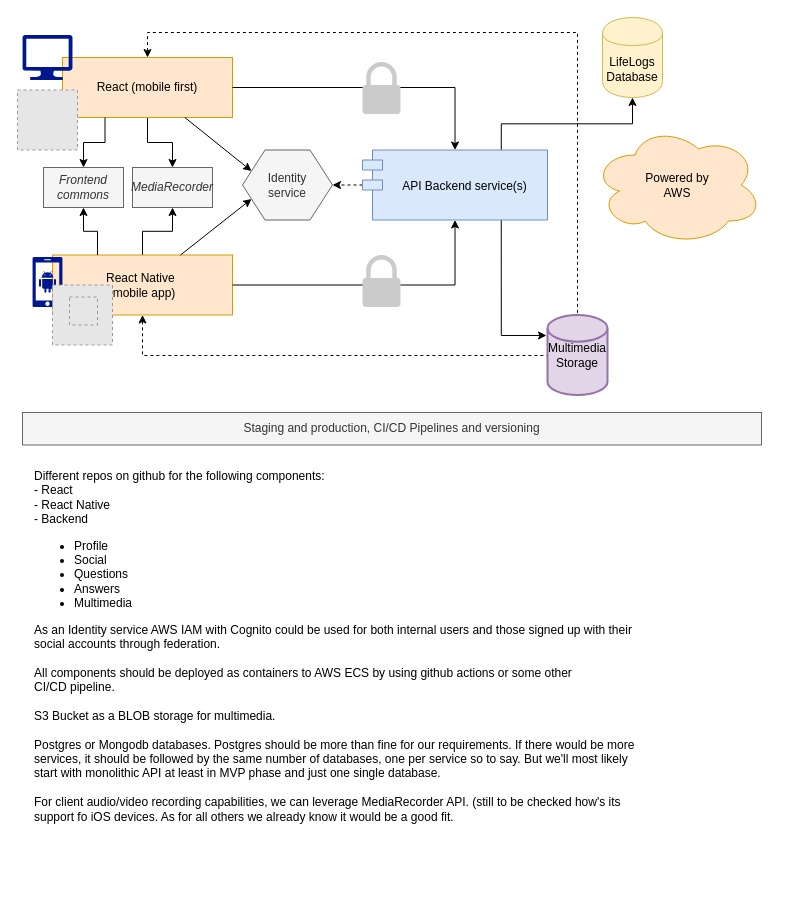
Before: Life Logs Overview.drawio in gmarkoss/life-logs-poc, a draw.io diagram. Source tidied: cells renumbered, new cells numbered last; positions are measured from the earlier drawing's top-left corner, leaving out a move shared by most shapes. Both pictures are drawn from the tidied source at 100%, with x=0, y=0 at pixel (17, 17). Pictures stored in the file or linked from it are replaced by grey dashed boxes.
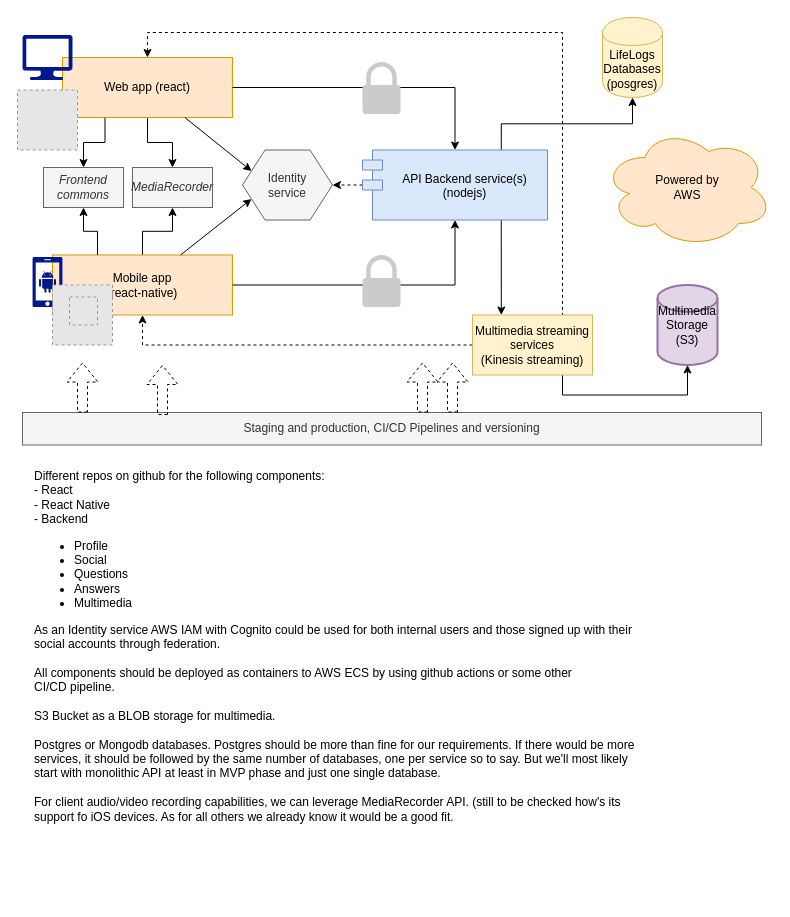
After the change.

Change to the diagram source:
```diff
@@
-    <mxCell id="2" style="edgeStyle=orthogonalEdgeStyle;rounded=0;jettySize=auto;html=1;entryX=0;entryY=0.85;entryDx=0;entryDy=0;entryPerimeter=0;exitX=0.5;exitY=1;exitDx=0;exitDy=0;dashed=1;startArrow=classic;startFill=1;endArrow=none;endFill=0;" parent="1" edge="1" source="4" target="19">
-      <mxGeometry relative="1" as="geometry">
-        <Array as="points">
-          <mxPoint x="125" y="338" />
-          <mxPoint x="530" y="338" />
-        </Array>
-      </mxGeometry>
-    </mxCell>
@@
-    <mxCell id="4" value="React Native&amp;nbsp;&lt;br&gt;(mobile app)" style="rounded=0;whiteSpace=wrap;html=1;fillColor=#ffe6cc;strokeColor=#d79b00;" parent="1" vertex="1">
+    <mxCell id="4" value="Mobile app&lt;br&gt;(react-native)" style="rounded=0;whiteSpace=wrap;html=1;fillColor=#ffe6cc;strokeColor=#d79b00;" parent="1" vertex="1">
       <mxGeometry x="35" y="237.5" width="180" height="60" as="geometry" />
     </mxCell>
-    <mxCell id="5" style="edgeStyle=orthogonalEdgeStyle;rounded=0;jettySize=auto;html=1;dashed=1;startArrow=classic;startFill=1;endArrow=none;endFill=0;entryX=0.5;entryY=0;entryDx=0;entryDy=0;entryPerimeter=0;" parent="1" edge="1" source="7" target="19">
+    <mxCell id="5" style="edgeStyle=orthogonalEdgeStyle;rounded=0;jettySize=auto;html=1;dashed=1;startArrow=classic;startFill=1;endArrow=none;endFill=0;entryX=0.75;entryY=0;entryDx=0;entryDy=0;" parent="1" edge="1" source="7" target="36">
       <mxGeometry relative="1" as="geometry">
         <Array as="points">
           <mxPoint x="130" y="15" />
-          <mxPoint x="560" y="15" />
+          <mxPoint x="545" y="15" />
         </Array>
       </mxGeometry>
     </mxCell>
@@
-    <mxCell id="7" value="React (mobile first)" style="rounded=0;whiteSpace=wrap;html=1;fillColor=#ffe6cc;strokeColor=#d79b00;" parent="1" vertex="1">
+    <mxCell id="7" value="Web app (react)" style="rounded=0;whiteSpace=wrap;html=1;fillColor=#ffe6cc;strokeColor=#d79b00;" parent="1" vertex="1">
       <mxGeometry x="45" y="40" width="170" height="60" as="geometry" />
     </mxCell>
@@
-    <mxCell id="16" value="LifeLogs&lt;br&gt;Database" style="shape=cylinder;whiteSpace=wrap;html=1;boundedLbl=1;backgroundOutline=1;fillColor=#fff2cc;strokeColor=#d6b656;" parent="1" vertex="1">
+    <mxCell id="16" value="LifeLogs&lt;br&gt;Databases&lt;br&gt;(posgres)" style="shape=cylinder;whiteSpace=wrap;html=1;boundedLbl=1;backgroundOutline=1;fillColor=#fff2cc;strokeColor=#d6b656;" parent="1" vertex="1">
       <mxGeometry x="585" width="60" height="80" as="geometry" />
     </mxCell>
     <mxCell id="17" value="Powered by &lt;br&gt;AWS" style="ellipse;shape=cloud;whiteSpace=wrap;html=1;fillColor=#ffe6cc;strokeColor=#d79b00;" parent="1" vertex="1">
-      <mxGeometry x="575" y="107.5" width="170" height="120" as="geometry" />
+      <mxGeometry x="585" y="110" width="170" height="120" as="geometry" />
     </mxCell>
@@
-    <mxCell id="19" value="Multimedia&lt;br&gt;Storage" style="strokeWidth=2;html=1;shape=mxgraph.flowchart.database;whiteSpace=wrap;fillColor=#e1d5e7;strokeColor=#9673a6;" parent="1" vertex="1">
-      <mxGeometry x="530" y="297.5" width="60" height="80" as="geometry" />
+    <mxCell id="19" value="Multimedia&lt;br&gt;Storage&lt;br&gt;(S3)" style="strokeWidth=2;html=1;shape=mxgraph.flowchart.database;whiteSpace=wrap;fillColor=#e1d5e7;strokeColor=#9673a6;" parent="1" vertex="1">
+      <mxGeometry x="640" y="267.5" width="60" height="80" as="geometry" />
     </mxCell>
@@
-    <mxCell id="21" style="edgeStyle=orthogonalEdgeStyle;rounded=0;jettySize=auto;html=1;exitX=0.75;exitY=1;exitDx=0;exitDy=0;entryX=-0.017;entryY=0.256;entryDx=0;entryDy=0;entryPerimeter=0;" parent="1" edge="1" source="23" target="19">
-      <mxGeometry relative="1" as="geometry" />
-    </mxCell>
@@
+    <mxCell id="33" style="edgeStyle=orthogonalEdgeStyle;rounded=0;jettySize=auto;html=1;exitX=0.75;exitY=1;exitDx=0;exitDy=0;" parent="1" edge="1" source="23" target="36">
+      <mxGeometry relative="1" as="geometry">
+        <Array as="points">
+          <mxPoint x="484" y="295" />
+          <mxPoint x="484" y="295" />
+        </Array>
+      </mxGeometry>
+    </mxCell>
-    <mxCell id="23" value="API Backend service(s)" style="shape=module;align=left;spacingLeft=20;align=center;verticalAlign=middle;fillColor=#dae8fc;strokeColor=#6c8ebf;" parent="1" vertex="1">
+    <mxCell id="23" value="API Backend service(s)&#10;(nodejs)" style="shape=module;align=left;spacingLeft=20;align=center;verticalAlign=middle;fillColor=#dae8fc;strokeColor=#6c8ebf;" parent="1" vertex="1">
       <mxGeometry x="345" y="132.5" width="185" height="70" as="geometry" />
     </mxCell>
@@
+    <mxCell id="34" style="edgeStyle=orthogonalEdgeStyle;rounded=0;jettySize=auto;html=1;entryX=0.5;entryY=1;entryDx=0;entryDy=0;entryPerimeter=0;exitX=0.75;exitY=1;exitDx=0;exitDy=0;" parent="1" edge="1" source="36" target="19">
+      <mxGeometry relative="1" as="geometry" />
+    </mxCell>
+    <mxCell id="35" style="edgeStyle=orthogonalEdgeStyle;rounded=0;jettySize=auto;html=1;entryX=0.5;entryY=1;entryDx=0;entryDy=0;dashed=1;" parent="1" edge="1" source="36" target="4">
+      <mxGeometry relative="1" as="geometry" />
+    </mxCell>
+    <mxCell id="36" value="Multimedia streaming&lt;br&gt;services&lt;br&gt;(Kinesis streaming)" style="rounded=0;whiteSpace=wrap;html=1;fillColor=#fff2cc;strokeColor=#d6b656;" parent="1" vertex="1">
+      <mxGeometry x="455" y="297.5" width="120" height="60" as="geometry" />
+    </mxCell>
+    <mxCell id="37" style="shape=flexArrow;endArrow=classic;html=1;dashed=1;" parent="1" edge="1">
+      <mxGeometry relative="1" as="geometry">
+        <mxPoint x="65" y="395" as="sourcePoint" />
+        <mxPoint x="65" y="345" as="targetPoint" />
+      </mxGeometry>
+    </mxCell>
+    <mxCell id="38" style="shape=flexArrow;endArrow=classic;html=1;dashed=1;" parent="1" edge="1">
+      <mxGeometry relative="1" as="geometry">
+        <mxPoint x="145" y="397.5" as="sourcePoint" />
+        <mxPoint x="145" y="347.5" as="targetPoint" />
+      </mxGeometry>
+    </mxCell>
+    <mxCell id="39" style="shape=flexArrow;endArrow=classic;html=1;dashed=1;" parent="1" edge="1">
+      <mxGeometry relative="1" as="geometry">
+        <mxPoint x="435" y="395" as="sourcePoint" />
+        <mxPoint x="435" y="345" as="targetPoint" />
+      </mxGeometry>
+    </mxCell>
+    <mxCell id="40" style="shape=flexArrow;endArrow=classic;html=1;dashed=1;" parent="1" edge="1">
+      <mxGeometry relative="1" as="geometry">
+        <mxPoint x="405" y="395" as="sourcePoint" />
+        <mxPoint x="405" y="345" as="targetPoint" />
+      </mxGeometry>
+    </mxCell>
```
